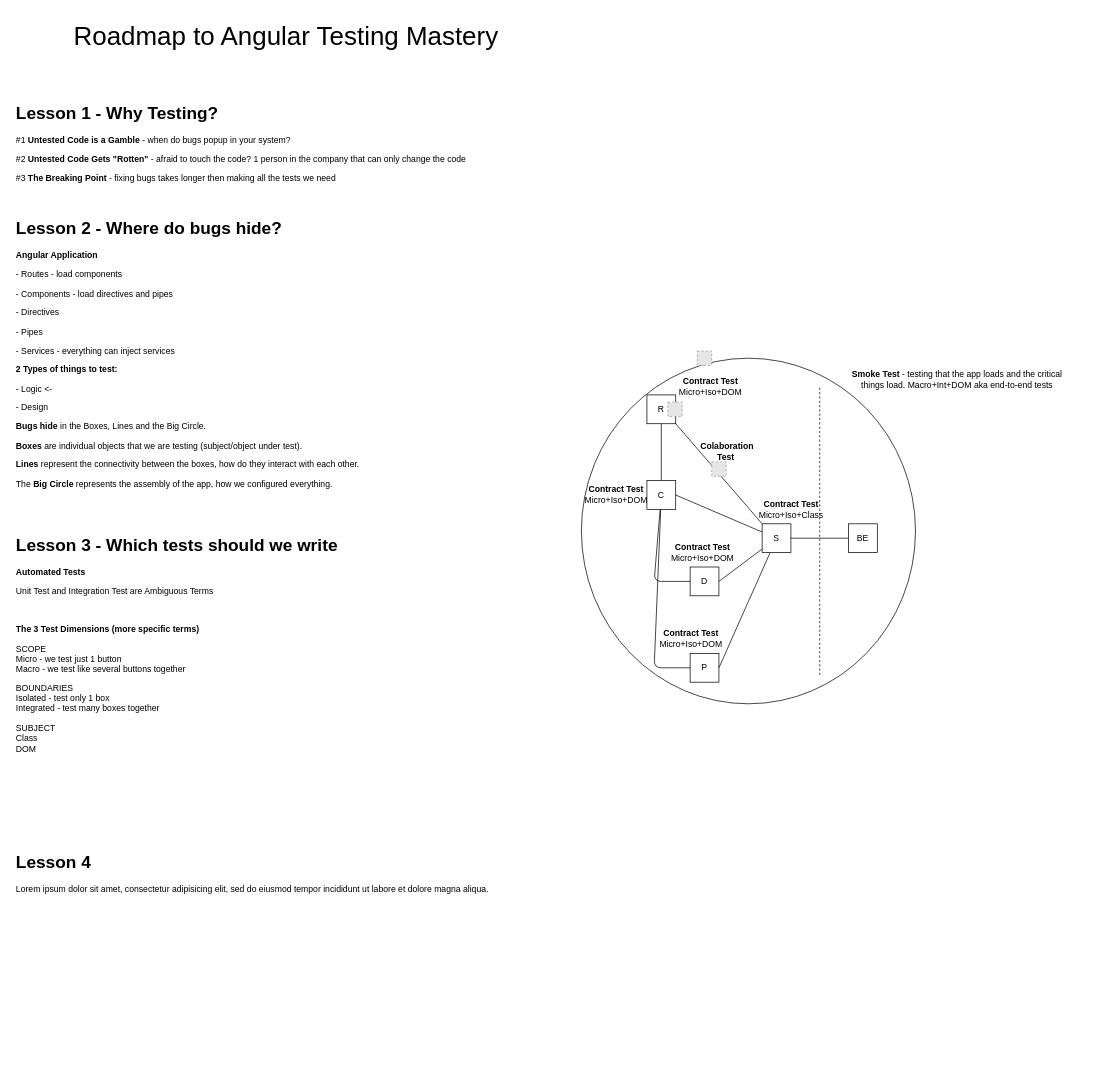
The draw.io diagram Roadmap to Angular Testing Mastery.drawio in antonio-santos/ng10, before the edit. Source tidied: cells renumbered, new cells numbered last; positions are measured from the earlier drawing's top-left corner, leaving out a move shared by most shapes. Both pictures are drawn from the tidied source at 72%, with x=0, y=0 at pixel (12, 12). Pictures stored in the file or linked from it are replaced by grey dashed boxes.
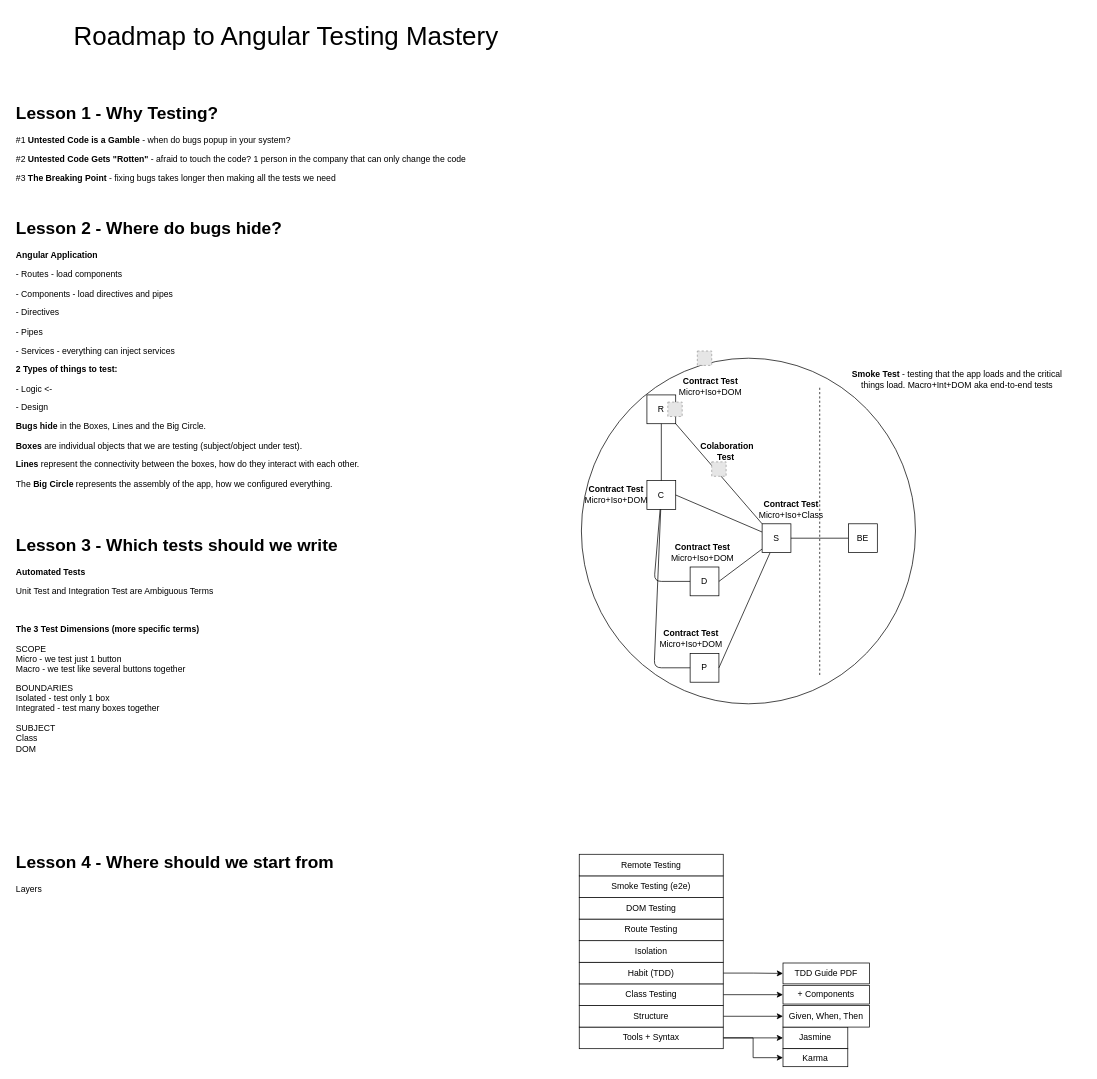
The same page after the edit.

Change to the diagram source:
```diff
@@
-    <mxCell id="31" value="&lt;h1&gt;Lesson 4&lt;/h1&gt;&lt;p&gt;Lorem ipsum dolor sit amet, consectetur adipisicing elit, sed do eiusmod tempor incididunt ut labore et dolore magna aliqua.&lt;/p&gt;" style="text;html=1;strokeColor=none;fillColor=none;spacing=5;spacingTop=-20;whiteSpace=wrap;overflow=hidden;rounded=0;" parent="1" vertex="1">
+    <mxCell id="31" value="&lt;h1&gt;Lesson 4 -&amp;nbsp;Where should we start from&lt;/h1&gt;&lt;p&gt;Layers&lt;/p&gt;" style="text;html=1;strokeColor=none;fillColor=none;spacing=5;spacingTop=-20;whiteSpace=wrap;overflow=hidden;rounded=0;" parent="1" vertex="1">
       <mxGeometry y="1160" width="720" height="120" as="geometry" />
     </mxCell>
@@
+    <mxCell id="34" value="Smoke Testing (e2e)" style="rounded=0;whiteSpace=wrap;html=1;" parent="1" vertex="1">
+      <mxGeometry x="787" y="1199" width="200" height="30" as="geometry" />
+    </mxCell>
+    <mxCell id="35" value="Remote Testing" style="rounded=0;whiteSpace=wrap;html=1;" parent="1" vertex="1">
+      <mxGeometry x="787" y="1169" width="200" height="30" as="geometry" />
+    </mxCell>
+    <mxCell id="36" style="edgeStyle=orthogonalEdgeStyle;rounded=0;jettySize=auto;html=1;" parent="1" edge="1" source="38" target="48">
+      <mxGeometry relative="1" as="geometry" />
+    </mxCell>
+    <mxCell id="37" style="edgeStyle=orthogonalEdgeStyle;rounded=0;jettySize=auto;html=1;entryX=0;entryY=0.5;entryDx=0;entryDy=0;" parent="1" edge="1" source="38" target="49">
+      <mxGeometry relative="1" as="geometry" />
+    </mxCell>
+    <mxCell id="38" value="Tools + Syntax" style="rounded=0;whiteSpace=wrap;html=1;" parent="1" vertex="1">
+      <mxGeometry x="787" y="1409" width="200" height="30" as="geometry" />
+    </mxCell>
+    <mxCell id="39" style="edgeStyle=orthogonalEdgeStyle;rounded=0;jettySize=auto;html=1;" parent="1" edge="1" source="40" target="50">
+      <mxGeometry relative="1" as="geometry" />
+    </mxCell>
+    <mxCell id="40" value="Structure" style="rounded=0;whiteSpace=wrap;html=1;" parent="1" vertex="1">
+      <mxGeometry x="787" y="1379" width="200" height="30" as="geometry" />
+    </mxCell>
+    <mxCell id="41" style="edgeStyle=orthogonalEdgeStyle;rounded=0;jettySize=auto;html=1;" parent="1" edge="1" source="42" target="52">
+      <mxGeometry relative="1" as="geometry" />
+    </mxCell>
+    <mxCell id="42" value="Class Testing" style="rounded=0;whiteSpace=wrap;html=1;" parent="1" vertex="1">
+      <mxGeometry x="787" y="1349" width="200" height="30" as="geometry" />
+    </mxCell>
+    <mxCell id="43" style="edgeStyle=orthogonalEdgeStyle;rounded=0;jettySize=auto;html=1;" parent="1" edge="1" source="44" target="51">
+      <mxGeometry relative="1" as="geometry" />
+    </mxCell>
+    <mxCell id="44" value="Habit (TDD)" style="rounded=0;whiteSpace=wrap;html=1;" parent="1" vertex="1">
+      <mxGeometry x="787" y="1319" width="200" height="30" as="geometry" />
+    </mxCell>
+    <mxCell id="45" value="Isolation" style="rounded=0;whiteSpace=wrap;html=1;" parent="1" vertex="1">
+      <mxGeometry x="787" y="1289" width="200" height="30" as="geometry" />
+    </mxCell>
+    <mxCell id="46" value="Route Testing" style="rounded=0;whiteSpace=wrap;html=1;" parent="1" vertex="1">
+      <mxGeometry x="787" y="1259" width="200" height="30" as="geometry" />
+    </mxCell>
+    <mxCell id="47" value="DOM Testing" style="rounded=0;whiteSpace=wrap;html=1;" parent="1" vertex="1">
+      <mxGeometry x="787" y="1229" width="200" height="30" as="geometry" />
+    </mxCell>
+    <mxCell id="48" value="Jasmine" style="whiteSpace=wrap;html=1;rounded=0;" parent="1" vertex="1">
+      <mxGeometry x="1070" y="1409" width="90" height="30" as="geometry" />
+    </mxCell>
+    <mxCell id="49" value="Karma" style="whiteSpace=wrap;html=1;rounded=0;" parent="1" vertex="1">
+      <mxGeometry x="1070" y="1439" width="90" height="25" as="geometry" />
+    </mxCell>
+    <mxCell id="50" value="Given, When, Then" style="whiteSpace=wrap;html=1;rounded=0;" parent="1" vertex="1">
+      <mxGeometry x="1070" y="1379" width="120" height="30" as="geometry" />
+    </mxCell>
+    <mxCell id="51" value="TDD Guide PDF" style="whiteSpace=wrap;html=1;rounded=0;" parent="1" vertex="1">
+      <mxGeometry x="1070" y="1320" width="120" height="29" as="geometry" />
+    </mxCell>
+    <mxCell id="52" value="+ Components" style="whiteSpace=wrap;html=1;rounded=0;" parent="1" vertex="1">
+      <mxGeometry x="1070" y="1351" width="120" height="26" as="geometry" />
+    </mxCell>
```
